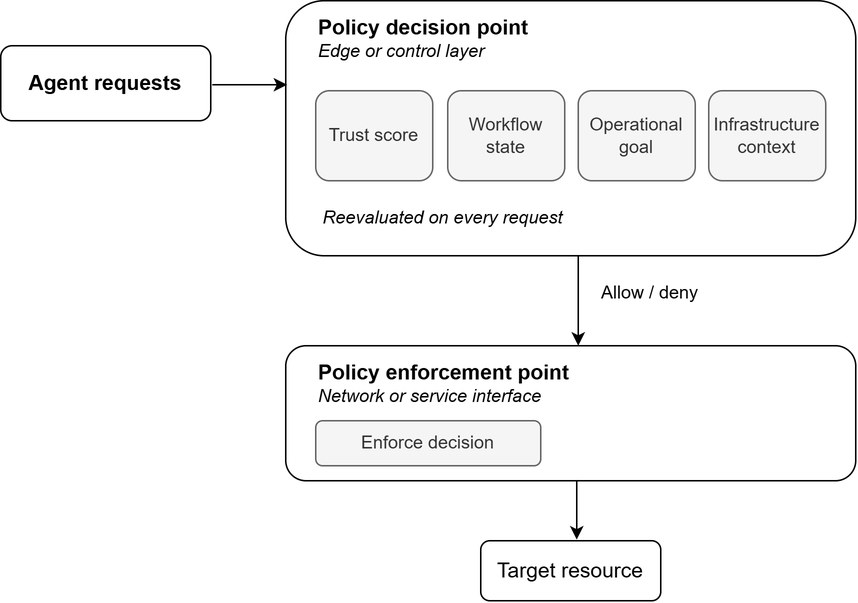
Before: Figure 1.png, a diagram exported from draw.io (andjelamilenkovic/zerotrust6g-ontology). Source tidied: cells renumbered, new cells last; positions are measured from the earlier drawing's top-left corner, leaving out a move shared by most shapes. The source it was exported from:
```xml
<mxGraphModel>
  <root>
    <mxCell id="0" />
    <mxCell id="1" parent="0" />
    <mxCell id="2" value="&lt;font style=&quot;font-size: 14px;&quot;&gt;&lt;b&gt;Agent requests&lt;/b&gt;&lt;/font&gt;" style="rounded=1;whiteSpace=wrap;html=1;" parent="1" vertex="1">
      <mxGeometry y="30" width="140" height="50" as="geometry" />
    </mxCell>
    <mxCell id="3" style="rounded=1;whiteSpace=wrap;html=1;" parent="1" vertex="1">
      <mxGeometry x="190" width="380" height="170" as="geometry" />
    </mxCell>
    <mxCell id="4" value="&lt;b&gt;&lt;font style=&quot;font-size: 14px;&quot;&gt;Policy decision point&lt;/font&gt;&lt;/b&gt;&lt;div&gt;&lt;i&gt;Edge or control layer&lt;/i&gt;&lt;/div&gt;" style="text;html=1;whiteSpace=wrap;align=left;verticalAlign=middle;rounded=0;" parent="1" vertex="1">
      <mxGeometry x="210" y="10" width="340" height="30" as="geometry" />
    </mxCell>
    <mxCell id="5" value="Trust score" style="rounded=1;whiteSpace=wrap;html=1;fillColor=#f5f5f5;strokeColor=#666666;fontColor=#333333;" parent="1" vertex="1">
      <mxGeometry x="210" y="60" width="78" height="60" as="geometry" />
    </mxCell>
    <mxCell id="6" value="Workflow state" style="rounded=1;whiteSpace=wrap;html=1;fillColor=#f5f5f5;strokeColor=#666666;fontColor=#333333;" parent="1" vertex="1">
      <mxGeometry x="298" y="60" width="78" height="60" as="geometry" />
    </mxCell>
    <mxCell id="7" value="Operational goal" style="rounded=1;whiteSpace=wrap;html=1;fillColor=#f5f5f5;strokeColor=#666666;fontColor=#333333;" parent="1" vertex="1">
      <mxGeometry x="385" y="60" width="78" height="60" as="geometry" />
    </mxCell>
    <mxCell id="8" value="Infrastructure&lt;div&gt;context&lt;/div&gt;" style="rounded=1;whiteSpace=wrap;html=1;fillColor=#f5f5f5;strokeColor=#666666;fontColor=#333333;" parent="1" vertex="1">
      <mxGeometry x="472" y="60" width="78" height="60" as="geometry" />
    </mxCell>
    <mxCell id="9" value="&lt;i&gt;Reevaluated on every request&lt;/i&gt;" style="text;html=1;whiteSpace=wrap;strokeColor=none;fillColor=none;align=center;verticalAlign=middle;rounded=0;" parent="1" vertex="1">
      <mxGeometry x="210" y="130" width="170" height="30" as="geometry" />
    </mxCell>
    <mxCell id="10" style="rounded=1;whiteSpace=wrap;html=1;" parent="1" vertex="1">
      <mxGeometry x="190" y="230" width="380" height="90" as="geometry" />
    </mxCell>
    <mxCell id="11" value="&lt;font style=&quot;font-size: 14px;&quot;&gt;&lt;b&gt;Policy enforcement point&lt;br&gt;&lt;/b&gt;&lt;/font&gt;&lt;i&gt;Network or service interface&lt;/i&gt;" style="text;html=1;whiteSpace=wrap;strokeColor=none;fillColor=none;align=left;verticalAlign=middle;rounded=0;" parent="1" vertex="1">
      <mxGeometry x="210" y="230" width="321" height="50" as="geometry" />
    </mxCell>
    <mxCell id="12" value="Enforce decision" style="rounded=1;whiteSpace=wrap;html=1;fillColor=#f5f5f5;fontColor=#333333;strokeColor=#666666;" parent="1" vertex="1">
      <mxGeometry x="210" y="280" width="150" height="30" as="geometry" />
    </mxCell>
    <mxCell id="13" value="&lt;font style=&quot;font-size: 14px;&quot;&gt;Target resource&lt;/font&gt;" style="rounded=1;whiteSpace=wrap;html=1;" parent="1" vertex="1">
      <mxGeometry x="320" y="360" width="120" height="40" as="geometry" />
    </mxCell>
    <mxCell id="14" style="endArrow=classic;html=1;rounded=0;" parent="1" edge="1">
      <mxGeometry relative="1" as="geometry">
        <mxPoint x="141" y="56" as="sourcePoint" />
        <mxPoint x="191" y="56" as="targetPoint" />
      </mxGeometry>
    </mxCell>
    <mxCell id="15" style="endArrow=classic;html=1;rounded=0;" parent="1" edge="1">
      <mxGeometry relative="1" as="geometry">
        <mxPoint x="385" y="170" as="sourcePoint" />
        <mxPoint x="385" y="230" as="targetPoint" />
      </mxGeometry>
    </mxCell>
    <mxCell id="16" style="endArrow=classic;html=1;rounded=0;" parent="1" edge="1">
      <mxGeometry relative="1" as="geometry">
        <mxPoint x="384" y="320" as="sourcePoint" />
        <mxPoint x="384" y="359.2" as="targetPoint" />
      </mxGeometry>
    </mxCell>
    <mxCell id="17" value="Allow / deny" style="text;html=1;whiteSpace=wrap;strokeColor=none;fillColor=none;align=center;verticalAlign=middle;rounded=0;" parent="1" vertex="1">
      <mxGeometry x="385" y="180" width="96" height="30" as="geometry" />
    </mxCell>
  </root>
</mxGraphModel>
```
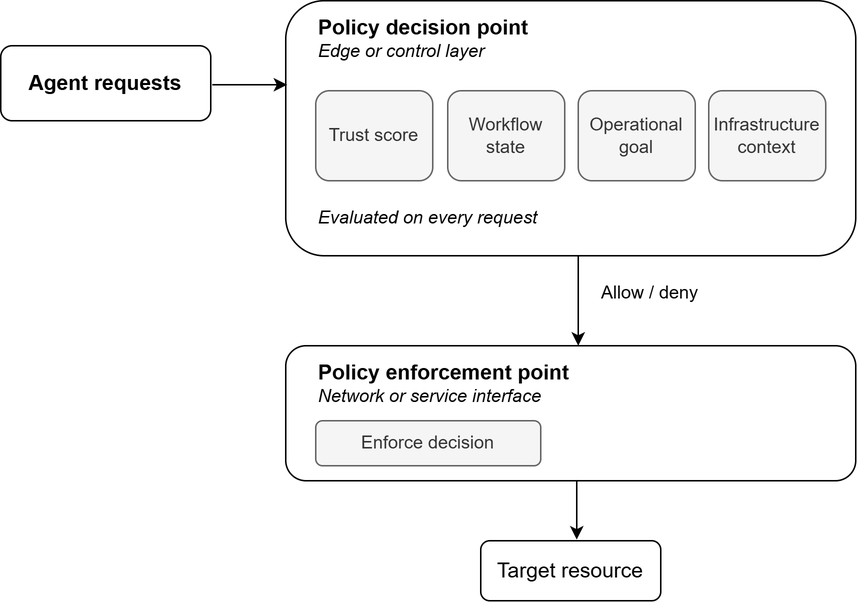
The same file after the commit.

Diff of the diagram source:
```diff
@@ -23,8 +23,8 @@
     <mxCell id="8" value="Infrastructure&lt;div&gt;context&lt;/div&gt;" style="rounded=1;whiteSpace=wrap;html=1;fillColor=#f5f5f5;strokeColor=#666666;fontColor=#333333;" parent="1" vertex="1">
       <mxGeometry x="472" y="60" width="78" height="60" as="geometry" />
     </mxCell>
-    <mxCell id="9" value="&lt;i&gt;Reevaluated on every request&lt;/i&gt;" style="text;html=1;whiteSpace=wrap;strokeColor=none;fillColor=none;align=center;verticalAlign=middle;rounded=0;" parent="1" vertex="1">
-      <mxGeometry x="210" y="130" width="170" height="30" as="geometry" />
+    <mxCell id="9" value="&lt;i&gt;Evaluated on every request&lt;/i&gt;" style="text;html=1;whiteSpace=wrap;strokeColor=none;fillColor=none;align=center;verticalAlign=middle;rounded=0;" parent="1" vertex="1">
+      <mxGeometry x="200" y="130" width="170" height="30" as="geometry" />
     </mxCell>
     <mxCell id="10" style="rounded=1;whiteSpace=wrap;html=1;" parent="1" vertex="1">
       <mxGeometry x="190" y="230" width="380" height="90" as="geometry" />
```
